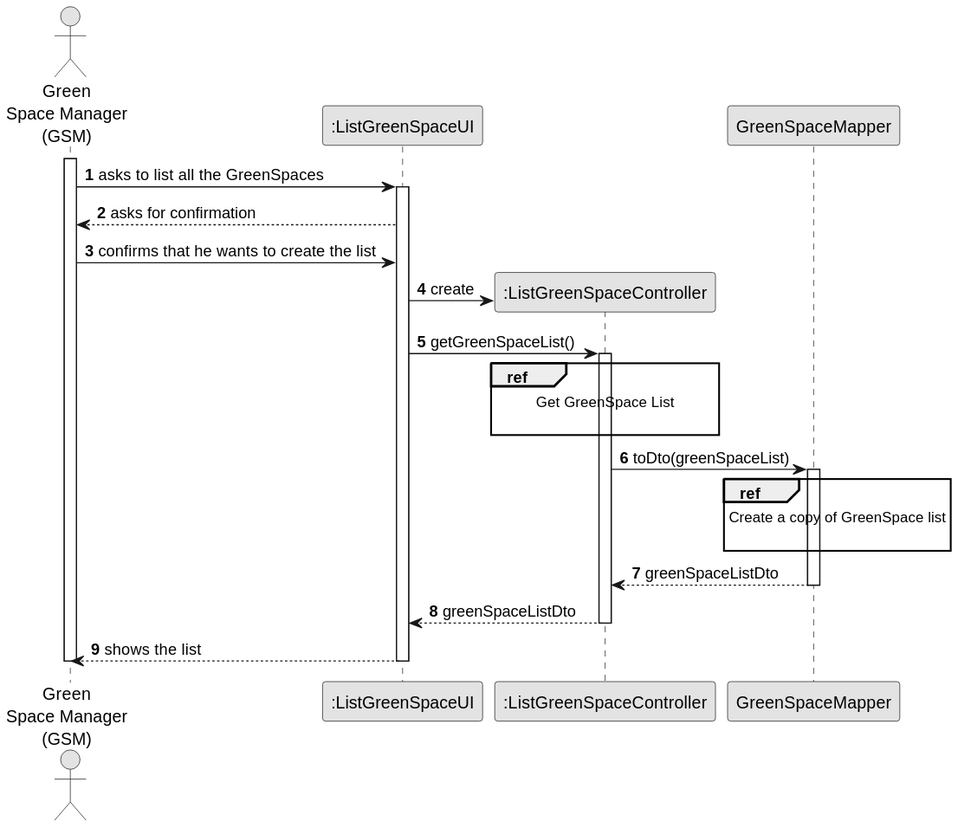
Above: docs/sprintC/us027/03.design/svg/us027-sequence-diagram-split.svg in diogoveirospro/lei-24-s2-1dg-g072 (PlantUML), before the change.
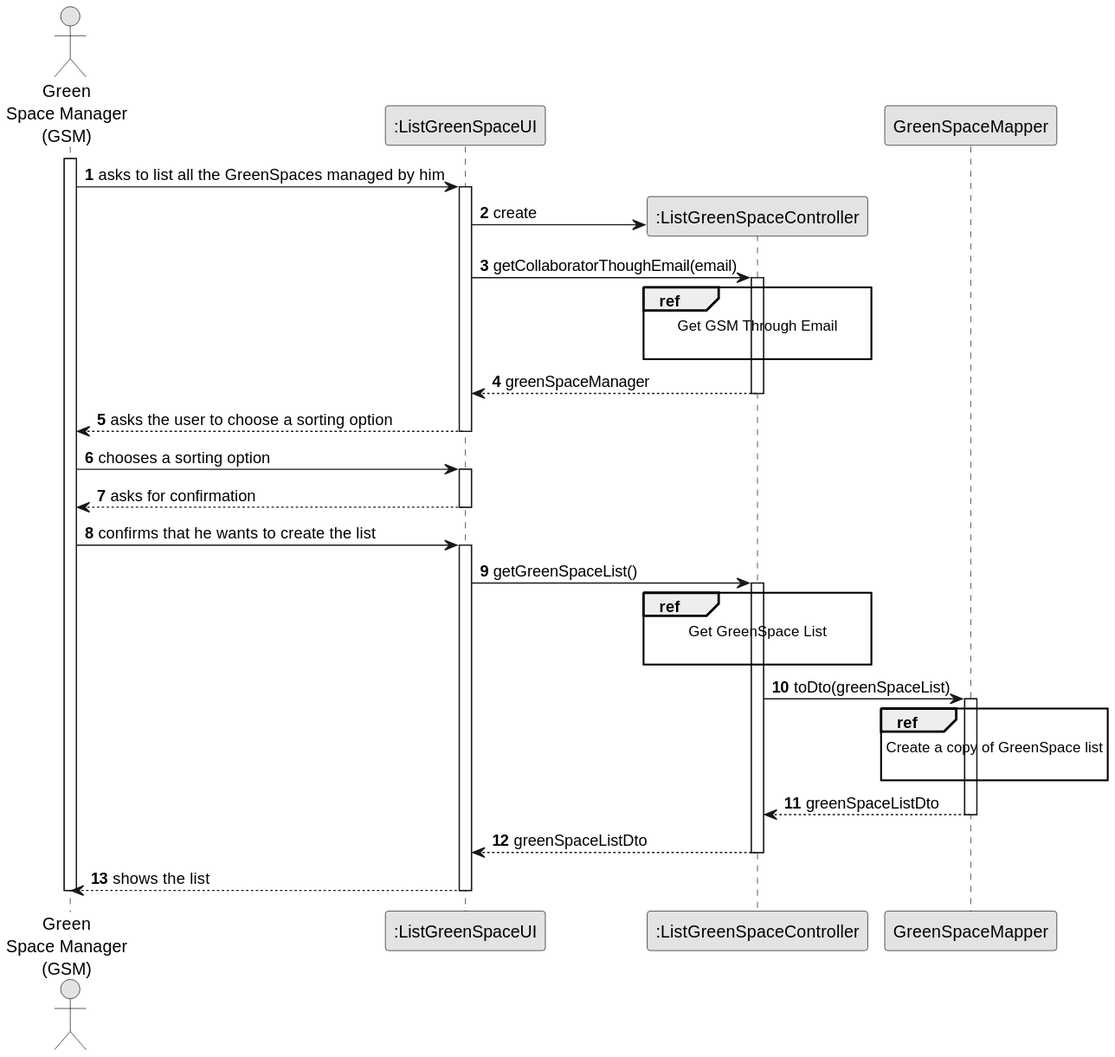
After the change.

Change to the diagram source:
```diff
@@ -8,18 +8,39 @@
 actor "Green\nSpace Manager\n(GSM)" as GSM
 participant ":ListGreenSpaceUI" as UI
 participant ":ListGreenSpaceController" as CTRL
+
 participant "GreenSpaceMapper" as Mapper
 
 activate GSM
 
-        GSM -> UI : asks to list all the GreenSpaces
+        GSM -> UI : asks to list all the GreenSpaces managed by him
 
         activate UI
 
-            UI --> GSM : asks for confirmation
+                UI -> CTRL** : create
+
+                UI -> CTRL : getCollaboratorThoughEmail(email)
+
+                    activate CTRL
+                        ref over CTRL
+                            Get GSM Through Email
+
+                        end
+                        CTRL --> UI :greenSpaceManager
+                    deactivate CTRL
+            UI --> GSM : asks the user to choose a sorting option
+        deactivate UI
+
+        GSM -> UI : chooses a sorting option
+        activate UI
+
+                UI --> GSM : asks for confirmation
+        deactivate UI
 
             GSM -> UI : confirms that he wants to create the list
-            UI -> CTRL** : create
+        activate UI
+
+
             UI -> CTRL : getGreenSpaceList()
             activate CTRL
                     ref over CTRL
```
